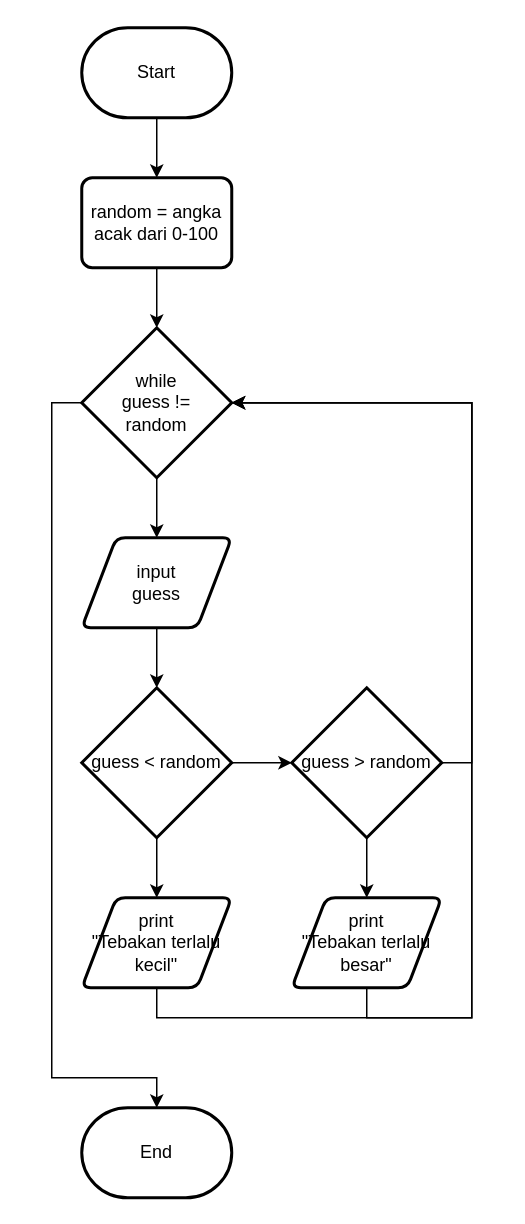
Earlier version of the draw.io diagram praktikum 3/percobaan3.drawio (DoubleA478/alprog). Source tidied: cells renumbered, new cells numbered last; positions are measured from the earlier drawing's top-left corner, leaving out a move shared by most shapes. Both pictures are drawn from the tidied source at 150%, with x=0, y=0 at pixel (51, 27).
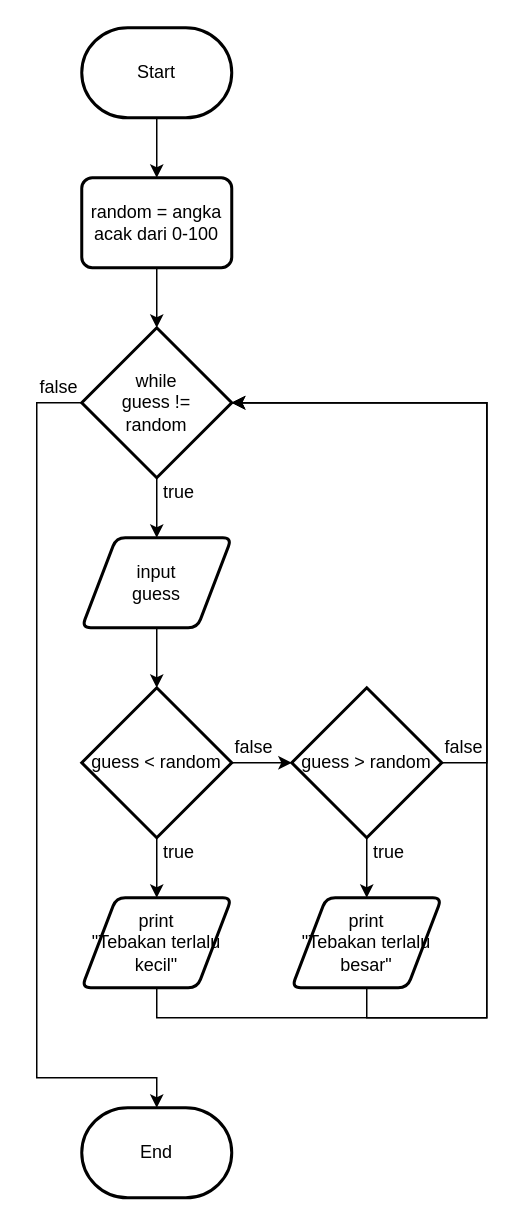
Above is the later version.

Unchanged cells that the change refers to:
```xml
<mxCell id="4" value="End" style="strokeWidth=2;html=1;shape=mxgraph.flowchart.terminator;whiteSpace=wrap;" parent="1" vertex="1">
  <mxGeometry x="20" y="720" width="100" height="60" as="geometry" />
</mxCell>
<mxCell id="9" value="&lt;div&gt;while&lt;/div&gt;&lt;div&gt;guess !=&lt;/div&gt;&lt;div&gt;random&lt;br&gt;&lt;/div&gt;" style="strokeWidth=2;html=1;shape=mxgraph.flowchart.decision;whiteSpace=wrap;" parent="1" vertex="1">
  <mxGeometry x="20" y="200" width="100" height="100" as="geometry" />
</mxCell>
<mxCell id="17" value="guess &amp;gt; random" style="strokeWidth=2;html=1;shape=mxgraph.flowchart.decision;whiteSpace=wrap;" parent="1" vertex="1">
  <mxGeometry x="160" y="440" width="100" height="100" as="geometry" />
</mxCell>
<mxCell id="19" value="&lt;div&gt;print&lt;/div&gt;&lt;div&gt;&quot;Tebakan terlalu kecil&quot;&lt;br&gt;&lt;/div&gt;" style="shape=parallelogram;html=1;strokeWidth=2;perimeter=parallelogramPerimeter;whiteSpace=wrap;rounded=1;arcSize=12;size=0.23;" parent="1" vertex="1">
  <mxGeometry x="20" y="580" width="100" height="60" as="geometry" />
</mxCell>
<mxCell id="21" value="&lt;div&gt;print&lt;/div&gt;&lt;div&gt;&quot;Tebakan terlalu besar&quot;&lt;br&gt;&lt;/div&gt;" style="shape=parallelogram;html=1;strokeWidth=2;perimeter=parallelogramPerimeter;whiteSpace=wrap;rounded=1;arcSize=12;size=0.23;" parent="1" vertex="1">
  <mxGeometry x="160" y="580" width="100" height="60" as="geometry" />
</mxCell>
```

What changed in the source:
```diff
@@
     <mxCell id="8" style="edgeStyle=orthogonalEdgeStyle;rounded=0;jettySize=auto;html=1;exitX=0;exitY=0.5;exitDx=0;exitDy=0;exitPerimeter=0;entryX=0.5;entryY=0;entryDx=0;entryDy=0;entryPerimeter=0;" parent="1" edge="1" source="9" target="4">
       <mxGeometry relative="1" as="geometry">
         <Array as="points">
-          <mxPoint y="250" />
-          <mxPoint y="700" />
+          <mxPoint x="-10" y="250" />
+          <mxPoint x="-10" y="700" />
           <mxPoint x="70" y="700" />
         </Array>
       </mxGeometry>
     </mxCell>
@@
     <mxCell id="16" style="edgeStyle=orthogonalEdgeStyle;rounded=0;jettySize=auto;html=1;exitX=1;exitY=0.5;exitDx=0;exitDy=0;exitPerimeter=0;entryX=1;entryY=0.5;entryDx=0;entryDy=0;entryPerimeter=0;" parent="1" edge="1" source="17" target="9">
-      <mxGeometry relative="1" as="geometry" />
+      <mxGeometry relative="1" as="geometry">
+        <Array as="points">
+          <mxPoint x="290" y="490" />
+          <mxPoint x="290" y="250" />
+        </Array>
+      </mxGeometry>
     </mxCell>
@@
     <mxCell id="18" style="edgeStyle=orthogonalEdgeStyle;rounded=0;jettySize=auto;html=1;exitX=0.5;exitY=1;exitDx=0;exitDy=0;" parent="1" edge="1" source="19">
       <mxGeometry relative="1" as="geometry">
         <mxPoint x="120" y="250" as="targetPoint" />
         <Array as="points">
           <mxPoint x="70" y="660" />
-          <mxPoint x="280" y="660" />
-          <mxPoint x="280" y="250" />
+          <mxPoint x="290" y="660" />
+          <mxPoint x="290" y="250" />
         </Array>
       </mxGeometry>
     </mxCell>
@@
     <mxCell id="20" style="edgeStyle=orthogonalEdgeStyle;rounded=0;jettySize=auto;html=1;exitX=0.5;exitY=1;exitDx=0;exitDy=0;entryX=1;entryY=0.5;entryDx=0;entryDy=0;entryPerimeter=0;" parent="1" edge="1" source="21" target="9">
       <mxGeometry relative="1" as="geometry">
         <Array as="points">
           <mxPoint x="210" y="660" />
-          <mxPoint x="280" y="660" />
-          <mxPoint x="280" y="250" />
+          <mxPoint x="290" y="660" />
+          <mxPoint x="290" y="250" />
         </Array>
       </mxGeometry>
     </mxCell>
@@
+    <mxCell id="22" value="true" style="text;html=1;strokeColor=none;fillColor=none;align=center;verticalAlign=middle;whiteSpace=wrap;rounded=0;" parent="1" vertex="1">
+      <mxGeometry x="70" y="300" width="30" height="20" as="geometry" />
+    </mxCell>
+    <mxCell id="23" value="false" style="text;html=1;strokeColor=none;fillColor=none;align=center;verticalAlign=middle;whiteSpace=wrap;rounded=0;" parent="1" vertex="1">
+      <mxGeometry x="-10" y="230" width="30" height="20" as="geometry" />
+    </mxCell>
+    <mxCell id="24" value="true" style="text;html=1;strokeColor=none;fillColor=none;align=center;verticalAlign=middle;whiteSpace=wrap;rounded=0;" parent="1" vertex="1">
+      <mxGeometry x="70" y="540" width="30" height="20" as="geometry" />
+    </mxCell>
+    <mxCell id="25" value="true" style="text;html=1;strokeColor=none;fillColor=none;align=center;verticalAlign=middle;whiteSpace=wrap;rounded=0;" parent="1" vertex="1">
+      <mxGeometry x="210" y="540" width="30" height="20" as="geometry" />
+    </mxCell>
+    <mxCell id="26" value="false" style="text;html=1;strokeColor=none;fillColor=none;align=center;verticalAlign=middle;whiteSpace=wrap;rounded=0;" parent="1" vertex="1">
+      <mxGeometry x="120" y="470" width="30" height="20" as="geometry" />
+    </mxCell>
+    <mxCell id="27" value="false" style="text;html=1;strokeColor=none;fillColor=none;align=center;verticalAlign=middle;whiteSpace=wrap;rounded=0;" parent="1" vertex="1">
+      <mxGeometry x="260" y="470" width="30" height="20" as="geometry" />
+    </mxCell>
```
